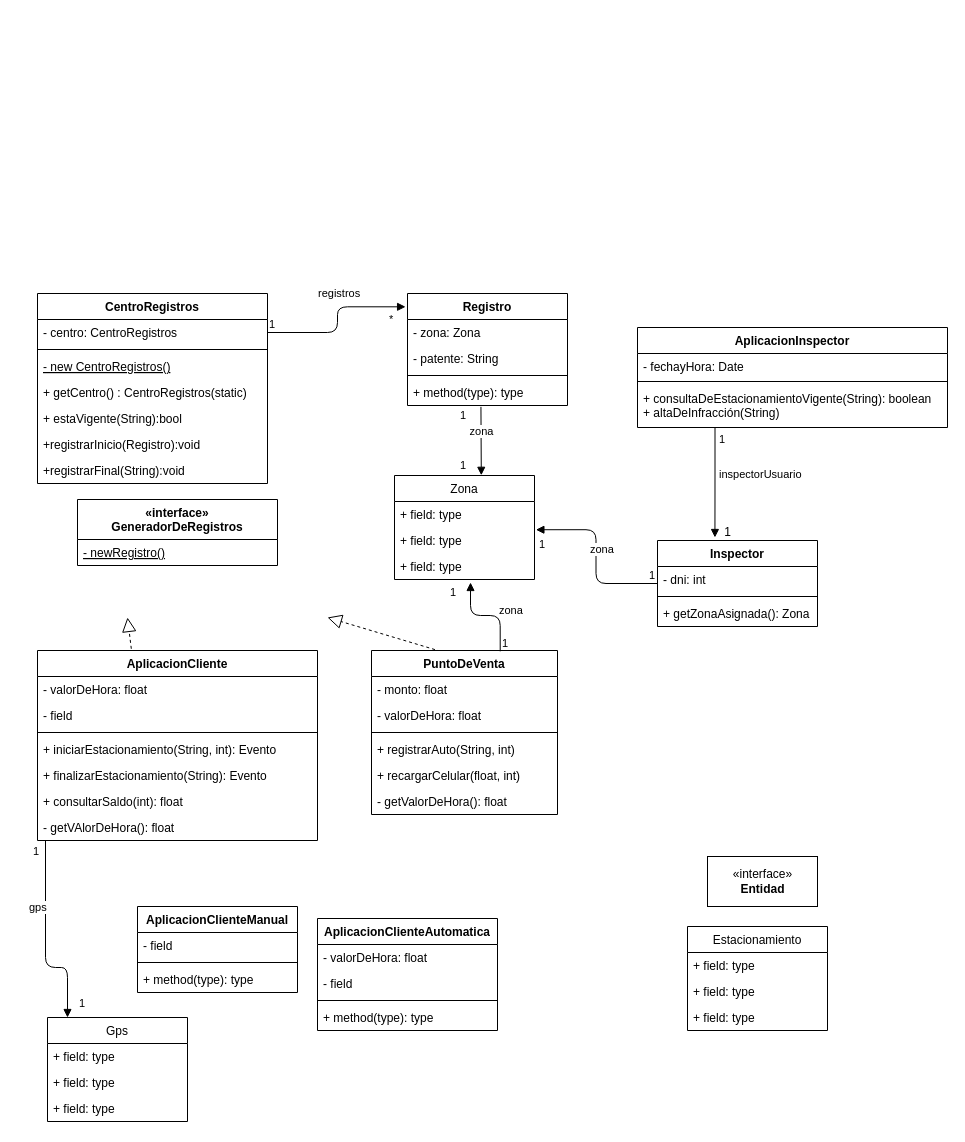
Above: Untitled Diagram.drawio in laautarolopez/grupo9-tpintegrador (draw.io), before the change. Source tidied: cells renumbered, new cells numbered last; positions are measured from the earlier drawing's top-left corner, leaving out a move shared by most shapes. Both pictures are drawn from the tidied source at 100%, with x=0, y=0 at pixel (17, 293).
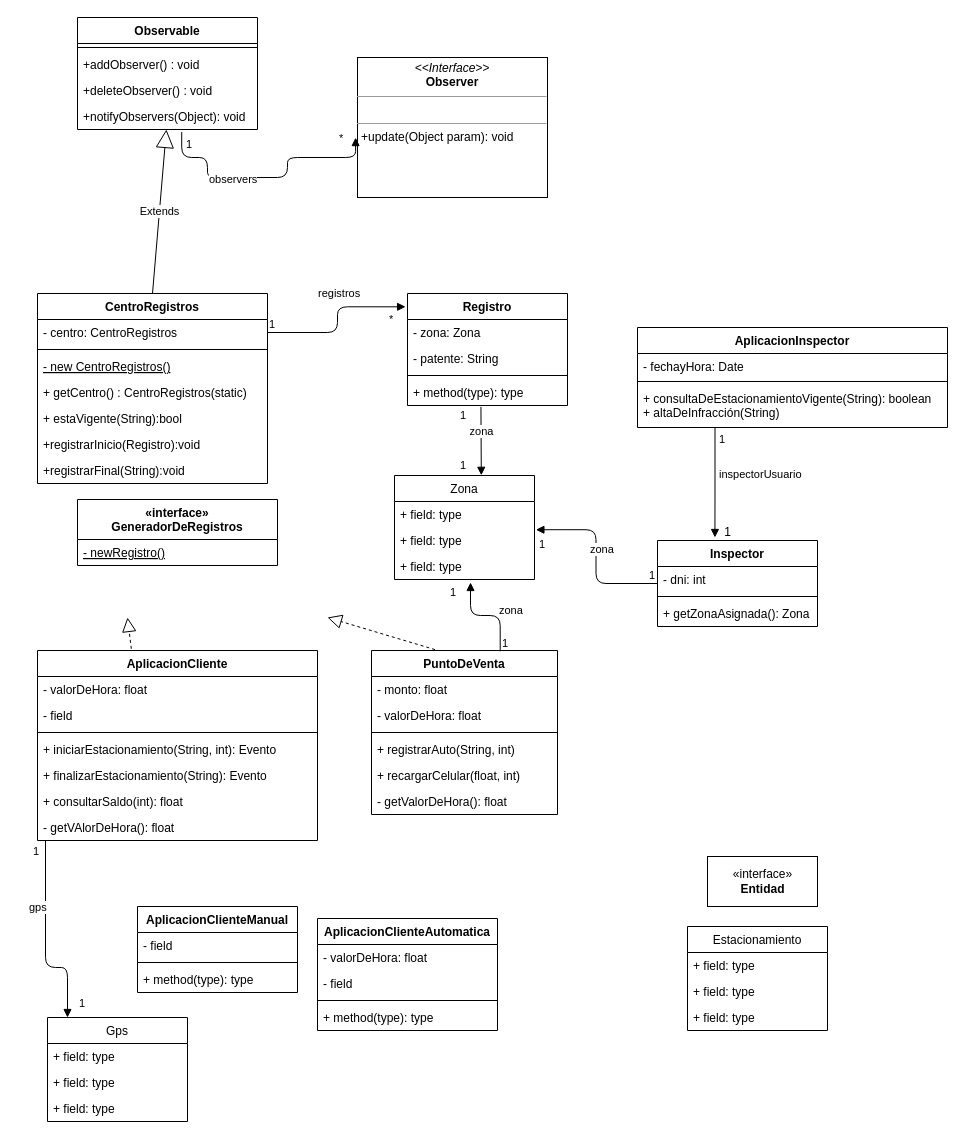
Above is the later version.

Unchanged cells that the change refers to:
```xml
<mxCell id="56" value="CentroRegistros" style="swimlane;fontStyle=1;align=center;verticalAlign=top;horizontal=1;startSize=26;" parent="1" vertex="1">
  <mxGeometry x="20" width="230" height="190" as="geometry" />
</mxCell>
```

The edit, as a diff of the source:
```diff
@@
+    <mxCell id="82" value="&lt;p style=&quot;margin: 0px ; margin-top: 4px ; text-align: center&quot;&gt;&lt;i&gt;&amp;lt;&amp;lt;Interface&amp;gt;&amp;gt;&lt;/i&gt;&lt;br&gt;&lt;b&gt;Observer&lt;/b&gt;&lt;/p&gt;&lt;hr size=&quot;1&quot;&gt;&lt;p style=&quot;margin: 0px ; margin-left: 4px&quot;&gt;&lt;br&gt;&lt;/p&gt;&lt;hr size=&quot;1&quot;&gt;&lt;p style=&quot;margin: 0px ; margin-left: 4px&quot;&gt;+update(Object param): void&lt;br&gt;&lt;br&gt;&lt;/p&gt;" style="verticalAlign=top;align=left;overflow=fill;fontSize=12;fontFamily=Helvetica;html=1;" parent="1" vertex="1">
+      <mxGeometry x="340" y="-236" width="190" height="140" as="geometry" />
+    </mxCell>
+    <mxCell id="83" value="observers" style="endArrow=block;endFill=1;html=1;edgeStyle=orthogonalEdgeStyle;align=left;verticalAlign=top;entryX=-0.01;entryY=0.572;entryDx=0;entryDy=0;entryPerimeter=0;exitX=0.579;exitY=1.099;exitDx=0;exitDy=0;exitPerimeter=0;" parent="1" edge="1" source="90" target="82">
+      <mxGeometry x="-0.54" relative="1" as="geometry">
+        <Array as="points">
+          <mxPoint x="164" y="-136" />
+          <mxPoint x="190" y="-136" />
+          <mxPoint x="190" y="-116" />
+          <mxPoint x="270" y="-116" />
+          <mxPoint x="270" y="-136" />
+          <mxPoint x="338" y="-136" />
+        </Array>
+      </mxGeometry>
+    </mxCell>
+    <mxCell id="84" value="1" style="edgeLabel;html=1;align=left;verticalAlign=bottom;" parent="83" vertex="1">
+      <mxGeometry x="-1" relative="1" as="geometry">
+        <mxPoint x="3" y="20" as="offset" />
+      </mxGeometry>
+    </mxCell>
+    <mxCell id="85" value="*" style="edgeLabel;html=1;align=left;verticalAlign=bottom;" parent="1" vertex="1">
+      <mxGeometry x="170" y="-136" as="geometry">
+        <mxPoint x="150" y="-11" as="offset" />
+      </mxGeometry>
+    </mxCell>
+    <mxCell id="86" value="Observable" style="swimlane;fontStyle=1;align=center;verticalAlign=top;horizontal=1;startSize=26;" parent="1" vertex="1">
+      <mxGeometry x="60" y="-276" width="180" height="112" as="geometry" />
+    </mxCell>
+    <mxCell id="87" style="line;strokeWidth=1;fillColor=none;align=left;verticalAlign=middle;spacingTop=-1;spacingLeft=3;spacingRight=3;labelPosition=right;" parent="86" vertex="1">
+      <mxGeometry y="26" width="180" height="8" as="geometry" />
+    </mxCell>
+    <mxCell id="88" value="+addObserver() : void" style="text;strokeColor=none;fillColor=none;align=left;verticalAlign=top;spacingLeft=4;spacingRight=4;overflow=hidden;" parent="86" vertex="1">
+      <mxGeometry y="34" width="180" height="26" as="geometry" />
+    </mxCell>
+    <mxCell id="89" value="+deleteObserver() : void" style="text;strokeColor=none;fillColor=none;align=left;verticalAlign=top;spacingLeft=4;spacingRight=4;overflow=hidden;" parent="86" vertex="1">
+      <mxGeometry y="60" width="180" height="26" as="geometry" />
+    </mxCell>
+    <mxCell id="90" value="+notifyObservers(Object): void" style="text;strokeColor=none;fillColor=none;align=left;verticalAlign=top;spacingLeft=4;spacingRight=4;overflow=hidden;points=[[0,0.5],[1,0.5]];portConstraint=eastwest;" parent="86" vertex="1">
+      <mxGeometry y="86" width="180" height="26" as="geometry" />
+    </mxCell>
+    <mxCell id="91" value="Extends" style="endArrow=block;endSize=16;endFill=0;html=1;exitX=0.5;exitY=0;exitDx=0;exitDy=0;" parent="1" edge="1" source="56" target="90">
+      <mxGeometry relative="1" as="geometry" />
+    </mxCell>
```
